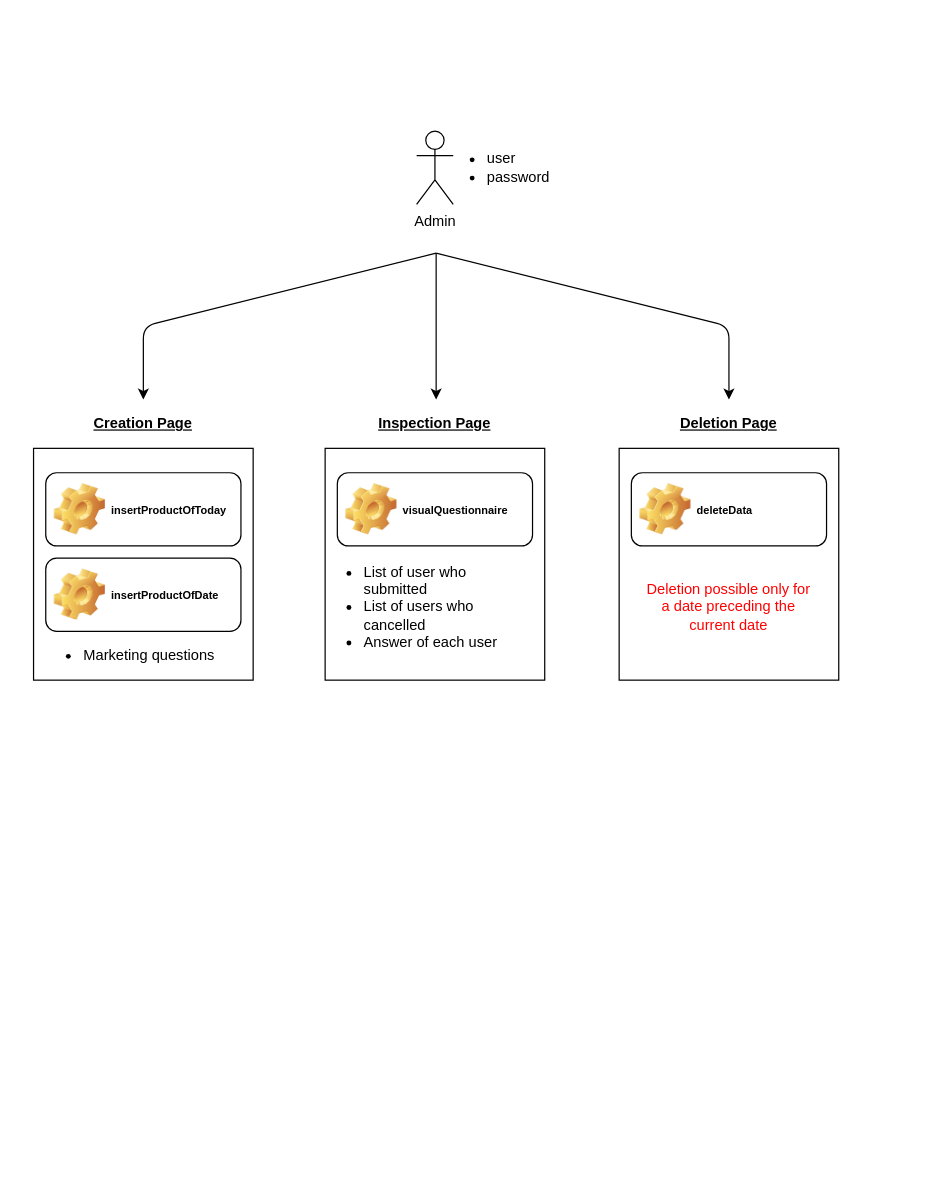
The draw.io diagram docs/graphs/drawio/Admin_design.drawio in giovanniciriello/GamifiedMarketing, before the edit. Source tidied: cells renumbered, new cells numbered last; positions are measured from the earlier drawing's top-left corner, leaving out a move shared by most shapes. Both pictures are drawn from the tidied source at 122%, with x=0, y=0 at pixel (21, 118).
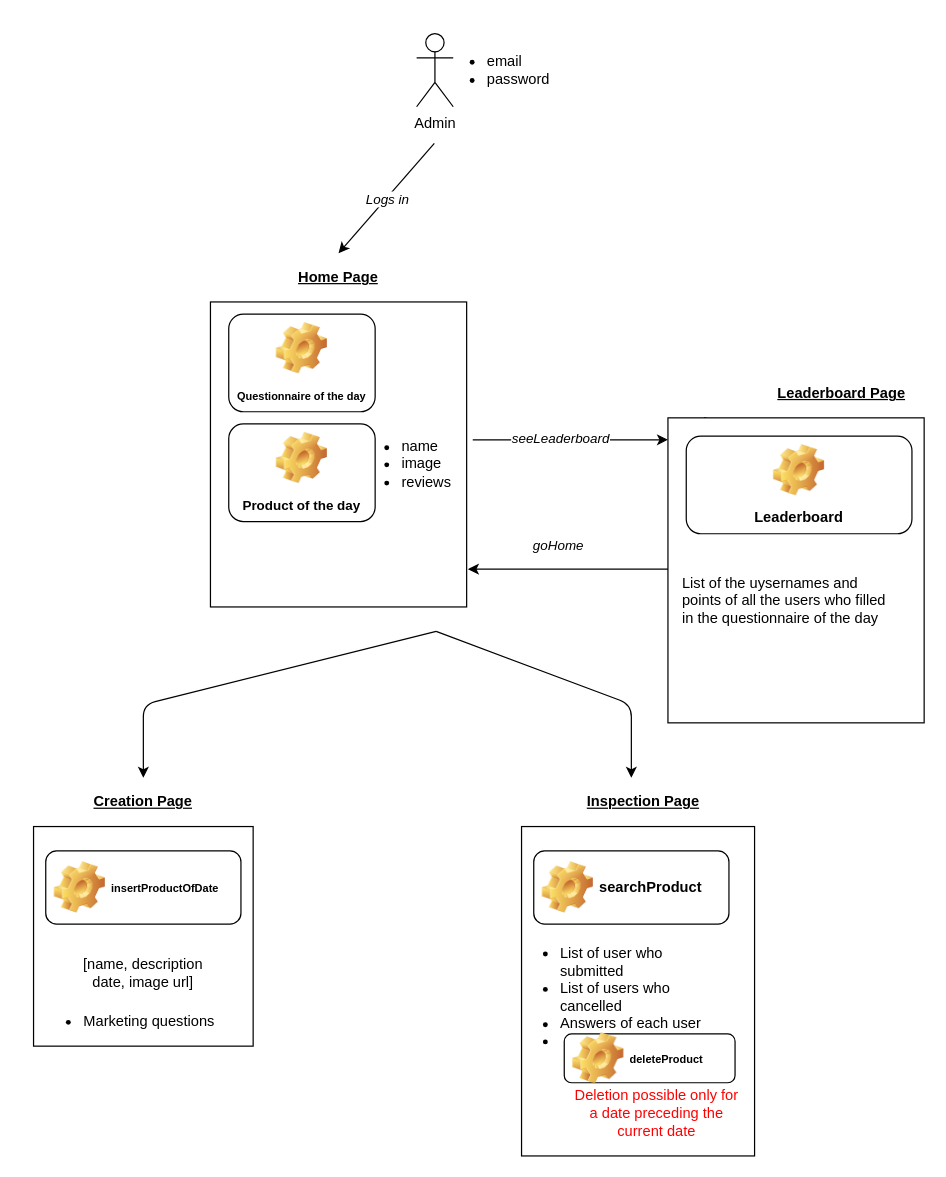
Above is the later version.

What changed in the source:
```diff
@@
     <mxCell id="2" value="Admin" style="shape=umlActor;verticalLabelPosition=bottom;verticalAlign=top;html=1;" parent="1" vertex="1">
-      <mxGeometry x="324" y="10" width="30" height="60" as="geometry" />
+      <mxGeometry x="324" y="-70" width="30" height="60" as="geometry" />
     </mxCell>
     <mxCell id="3" style="endArrow=classic;html=1;" parent="1" edge="1">
       <mxGeometry relative="1" as="geometry">
-        <mxPoint x="340" y="110" as="sourcePoint" />
-        <mxPoint x="100" y="230" as="targetPoint" />
+        <mxPoint x="340" y="420" as="sourcePoint" />
+        <mxPoint x="100" y="540" as="targetPoint" />
         <Array as="points">
-          <mxPoint x="100" y="170" />
+          <mxPoint x="100" y="480" />
         </Array>
       </mxGeometry>
     </mxCell>
-    <mxCell id="4" style="endArrow=classic;html=1;" parent="1" edge="1">
-      <mxGeometry relative="1" as="geometry">
-        <mxPoint x="340" y="110" as="sourcePoint" />
-        <mxPoint x="580" y="230" as="targetPoint" />
-        <Array as="points">
-          <mxPoint x="580" y="170" />
-        </Array>
-      </mxGeometry>
-    </mxCell>
     <mxCell id="5" style="endArrow=classic;html=1;" parent="1" edge="1">
       <mxGeometry relative="1" as="geometry">
-        <mxPoint x="340" y="110" as="sourcePoint" />
-        <mxPoint x="340" y="230" as="targetPoint" />
+        <mxPoint x="340" y="420" as="sourcePoint" />
+        <mxPoint x="500" y="540" as="targetPoint" />
+        <Array as="points">
+          <mxPoint x="500" y="480" />
+        </Array>
       </mxGeometry>
     </mxCell>
     <mxCell id="6" style="rounded=0;whiteSpace=wrap;html=1;" parent="1" vertex="1">
-      <mxGeometry x="10" y="270" width="180" height="190" as="geometry" />
+      <mxGeometry x="10" y="580" width="180" height="180" as="geometry" />
     </mxCell>
     <mxCell id="7" style="rounded=0;whiteSpace=wrap;html=1;" parent="1" vertex="1">
-      <mxGeometry x="249" y="270" width="180" height="190" as="geometry" />
+      <mxGeometry x="410" y="580" width="191" height="270" as="geometry" />
     </mxCell>
-    <mxCell id="8" style="rounded=0;whiteSpace=wrap;html=1;" parent="1" vertex="1">
-      <mxGeometry x="490" y="270" width="180" height="190" as="geometry" />
-    </mxCell>
     <mxCell id="9" value="&lt;b&gt;&lt;u&gt;Creation Page&lt;/u&gt;&lt;/b&gt;" style="text;html=1;strokeColor=none;fillColor=none;align=center;verticalAlign=middle;whiteSpace=wrap;rounded=0;" parent="1" vertex="1">
-      <mxGeometry x="55" y="240" width="90" height="20" as="geometry" />
+      <mxGeometry x="55" y="550" width="90" height="20" as="geometry" />
     </mxCell>
     <mxCell id="10" value="&lt;b&gt;&lt;u&gt;Inspection Page&lt;/u&gt;&lt;/b&gt;" style="text;html=1;strokeColor=none;fillColor=none;align=center;verticalAlign=middle;whiteSpace=wrap;rounded=0;" parent="1" vertex="1">
-      <mxGeometry x="289" y="240" width="100" height="20" as="geometry" />
+      <mxGeometry x="460" y="550" width="100" height="20" as="geometry" />
     </mxCell>
-    <mxCell id="11" value="&lt;b&gt;&lt;u&gt;Deletion Page&lt;/u&gt;&lt;/b&gt;" style="text;html=1;strokeColor=none;fillColor=none;align=center;verticalAlign=middle;whiteSpace=wrap;rounded=0;" parent="1" vertex="1">
-      <mxGeometry x="530" y="240" width="100" height="20" as="geometry" />
-    </mxCell>
-    <mxCell id="12" value="&lt;font style=&quot;font-size: 9px&quot;&gt;insertProductOfToday&lt;/font&gt;" style="label;whiteSpace=wrap;html=1;image=img/clipart/Gear_128x128.png;" parent="1" vertex="1">
-      <mxGeometry x="20" y="290" width="160" height="60" as="geometry" />
-    </mxCell>
     <mxCell id="13" value="&lt;font style=&quot;font-size: 9px&quot;&gt;insertProductOfDate&lt;/font&gt;" style="label;whiteSpace=wrap;html=1;image=img/clipart/Gear_128x128.png;" parent="1" vertex="1">
-      <mxGeometry x="20" y="360" width="160" height="60" as="geometry" />
+      <mxGeometry x="20" y="600" width="160" height="60" as="geometry" />
     </mxCell>
@@
     <mxCell id="15" value="&lt;ul&gt;&lt;li&gt;Marketing questions&lt;/li&gt;&lt;/ul&gt;" style="text;html=1;strokeColor=none;fillColor=none;align=center;verticalAlign=middle;whiteSpace=wrap;rounded=0;" parent="1" vertex="1">
-      <mxGeometry y="430" width="170" height="20" as="geometry" />
+      <mxGeometry y="730" width="170" height="20" as="geometry" />
     </mxCell>
-    <mxCell id="16" value="&lt;font style=&quot;font-size: 9px&quot;&gt;visualQuestionnaire&lt;/font&gt;" style="label;whiteSpace=wrap;html=1;image=img/clipart/Gear_128x128.png;" parent="1" vertex="1">
-      <mxGeometry x="259" y="290" width="160" height="60" as="geometry" />
+    <mxCell id="16" value="searchProduct" style="label;whiteSpace=wrap;html=1;image=img/clipart/Gear_128x128.png;" parent="1" vertex="1">
+      <mxGeometry x="420" y="600" width="160" height="60" as="geometry" />
     </mxCell>
-    <mxCell id="17" value="&lt;ul&gt;&lt;li&gt;List of user who submitted&lt;/li&gt;&lt;li&gt;List of users who cancelled&lt;/li&gt;&lt;li&gt;Answer of each user&lt;/li&gt;&lt;/ul&gt;" style="text;html=1;strokeColor=none;fillColor=none;align=left;verticalAlign=middle;whiteSpace=wrap;rounded=0;" parent="1" vertex="1">
-      <mxGeometry x="239" y="390" width="180" height="20" as="geometry" />
+    <mxCell id="17" value="&lt;ul&gt;&lt;li&gt;List of user who submitted&lt;/li&gt;&lt;li&gt;List of users who cancelled&lt;/li&gt;&lt;li&gt;Answers of each user&lt;/li&gt;&lt;li&gt;&lt;br&gt;&lt;/li&gt;&lt;/ul&gt;" style="text;html=1;strokeColor=none;fillColor=none;align=left;verticalAlign=middle;whiteSpace=wrap;rounded=0;" parent="1" vertex="1">
+      <mxGeometry x="400" y="710" width="180" height="20" as="geometry" />
     </mxCell>
-    <mxCell id="18" value="&lt;font style=&quot;font-size: 9px&quot;&gt;deleteData&lt;/font&gt;" style="label;whiteSpace=wrap;html=1;image=img/clipart/Gear_128x128.png;" parent="1" vertex="1">
-      <mxGeometry x="500" y="290" width="160" height="60" as="geometry" />
+    <mxCell id="18" value="&lt;font style=&quot;font-size: 9px&quot;&gt;deleteProduct&lt;/font&gt;" style="label;whiteSpace=wrap;html=1;image=img/clipart/Gear_128x128.png;" parent="1" vertex="1">
+      <mxGeometry x="445" y="750" width="140" height="40" as="geometry" />
     </mxCell>
     <mxCell id="19" value="&lt;div&gt;&lt;span style=&quot;color: rgb(255 , 0 , 0)&quot;&gt;Deletion possible only for a date preceding the current date&lt;/span&gt;&lt;/div&gt;" style="text;html=1;strokeColor=none;fillColor=none;align=center;verticalAlign=middle;whiteSpace=wrap;rounded=0;" parent="1" vertex="1">
-      <mxGeometry x="510" y="390" width="140" height="20" as="geometry" />
+      <mxGeometry x="451" y="805" width="140" height="20" as="geometry" />
     </mxCell>
-    <mxCell id="20" value="&lt;ul&gt;&lt;li&gt;user&lt;/li&gt;&lt;li&gt;password&lt;/li&gt;&lt;/ul&gt;" style="text;strokeColor=none;fillColor=none;html=1;whiteSpace=wrap;verticalAlign=middle;overflow=hidden;" parent="1" vertex="1">
-      <mxGeometry x="340" width="100" height="80" as="geometry" />
+    <mxCell id="20" value="&lt;ul&gt;&lt;li&gt;email&lt;/li&gt;&lt;li&gt;password&lt;/li&gt;&lt;/ul&gt;" style="text;strokeColor=none;fillColor=none;html=1;whiteSpace=wrap;verticalAlign=middle;overflow=hidden;" parent="1" vertex="1">
+      <mxGeometry x="340" y="-80" width="100" height="80" as="geometry" />
     </mxCell>
+    <mxCell id="21" value="[name, description date, image url]" style="text;html=1;strokeColor=none;fillColor=none;align=center;verticalAlign=middle;whiteSpace=wrap;rounded=0;" parent="1" vertex="1">
+      <mxGeometry x="45" y="690" width="110" height="20" as="geometry" />
+    </mxCell>
+    <mxCell id="22" style="edgeStyle=orthogonalEdgeStyle;rounded=0;orthogonalLoop=1;jettySize=auto;html=1;exitX=0.5;exitY=1;exitDx=0;exitDy=0;" parent="1" edge="1" source="6" target="6">
+      <mxGeometry relative="1" as="geometry" />
+    </mxCell>
+    <mxCell id="23" style="endArrow=classic;html=1;" parent="1" edge="1">
+      <mxGeometry relative="1" as="geometry">
+        <mxPoint x="338.5" y="20" as="sourcePoint" />
+        <mxPoint x="260" y="110" as="targetPoint" />
+      </mxGeometry>
+    </mxCell>
+    <mxCell id="24" value="&lt;i&gt;Logs in&lt;/i&gt;" style="edgeLabel;html=1;align=center;verticalAlign=middle;" parent="23" vertex="1">
+      <mxGeometry relative="1" as="geometry" />
+    </mxCell>
+    <mxCell id="25" style="rounded=0;whiteSpace=wrap;html=1;" parent="1" vertex="1">
+      <mxGeometry x="155" y="150" width="210" height="250" as="geometry" />
+    </mxCell>
+    <mxCell id="26" value="&lt;u&gt;&lt;b&gt;Home Page&lt;/b&gt;&lt;/u&gt;" style="text;html=1;strokeColor=none;fillColor=none;align=center;verticalAlign=middle;whiteSpace=wrap;rounded=0;" parent="1" vertex="1">
+      <mxGeometry x="215" y="120" width="90" height="20" as="geometry" />
+    </mxCell>
+    <mxCell id="27" value="&lt;b&gt;&lt;font style=&quot;font-size: 9px&quot;&gt;Questionnaire of the day&lt;br&gt;&lt;/font&gt;&lt;/b&gt;" style="label;whiteSpace=wrap;html=1;align=center;verticalAlign=bottom;spacingLeft=0;spacingBottom=4;imageAlign=center;imageVerticalAlign=top;image=img/clipart/Gear_128x128.png;" parent="1" vertex="1">
+      <mxGeometry x="170" y="160" width="120" height="80" as="geometry" />
+    </mxCell>
+    <mxCell id="28" value="&lt;font style=&quot;font-size: 11px&quot;&gt;Product of the day&lt;br&gt;&lt;/font&gt;" style="label;whiteSpace=wrap;html=1;align=center;verticalAlign=bottom;spacingLeft=0;spacingBottom=4;imageAlign=center;imageVerticalAlign=top;image=img/clipart/Gear_128x128.png;" parent="1" vertex="1">
+      <mxGeometry x="170" y="250" width="120" height="80" as="geometry" />
+    </mxCell>
+    <mxCell id="29" value="&lt;ul&gt;&lt;li&gt;name&lt;/li&gt;&lt;li&gt;image&lt;/li&gt;&lt;li&gt;reviews&lt;br&gt;&lt;/li&gt;&lt;/ul&gt;" style="text;strokeColor=none;fillColor=none;html=1;whiteSpace=wrap;verticalAlign=middle;overflow=hidden;" parent="1" vertex="1">
+      <mxGeometry x="270" y="243" width="100" height="80" as="geometry" />
+    </mxCell>
+    <mxCell id="30" style="edgeStyle=orthogonalEdgeStyle;rounded=0;jettySize=auto;html=1;exitX=1;exitY=0.25;exitDx=0;exitDy=0;" parent="1" edge="1" source="29" target="33">
+      <mxGeometry relative="1" as="geometry">
+        <Array as="points">
+          <mxPoint x="600" y="263" />
+        </Array>
+      </mxGeometry>
+    </mxCell>
+    <mxCell id="31" value="&lt;i&gt;seeLeaderboard&lt;/i&gt;" style="edgeLabel;html=1;align=center;verticalAlign=middle;" parent="30" vertex="1">
+      <mxGeometry x="-0.11" y="2" relative="1" as="geometry" />
+    </mxCell>
+    <mxCell id="32" value="&lt;i&gt;goHome&lt;/i&gt;" style="edgeStyle=orthogonalEdgeStyle;rounded=0;jettySize=auto;html=1;exitX=0;exitY=0.5;exitDx=0;exitDy=0;entryX=1.005;entryY=0.876;entryDx=0;entryDy=0;entryPerimeter=0;" parent="1" edge="1" source="33" target="25">
+      <mxGeometry x="0.69" y="-19" relative="1" as="geometry">
+        <Array as="points">
+          <mxPoint x="561" y="370" />
+          <mxPoint x="561" y="245" />
+          <mxPoint x="560" y="245" />
+          <mxPoint x="560" y="369" />
+        </Array>
+      </mxGeometry>
+    </mxCell>
+    <mxCell id="33" style="rounded=0;whiteSpace=wrap;html=1;" parent="1" vertex="1">
+      <mxGeometry x="530" y="245" width="210" height="250" as="geometry" />
+    </mxCell>
+    <mxCell id="34" value="&lt;b&gt;&lt;u&gt;Leaderboard Page&lt;br&gt;&lt;/u&gt;&lt;/b&gt;" style="text;html=1;strokeColor=none;fillColor=none;align=center;verticalAlign=middle;whiteSpace=wrap;rounded=0;" parent="1" vertex="1">
+      <mxGeometry x="615" y="215" width="115" height="20" as="geometry" />
+    </mxCell>
+    <mxCell id="35" value="Leaderboard" style="label;whiteSpace=wrap;html=1;align=center;verticalAlign=bottom;spacingLeft=0;spacingBottom=4;imageAlign=center;imageVerticalAlign=top;image=img/clipart/Gear_128x128.png;" parent="1" vertex="1">
+      <mxGeometry x="545" y="260" width="185" height="80" as="geometry" />
+    </mxCell>
+    <mxCell id="36" value="&lt;div align=&quot;left&quot;&gt;List of the uysernames and points of all the users who filled in the questionnaire of the day&lt;/div&gt;" style="text;html=1;strokeColor=none;fillColor=none;align=left;verticalAlign=middle;whiteSpace=wrap;rounded=0;" parent="1" vertex="1">
+      <mxGeometry x="540" y="385" width="180" height="20" as="geometry" />
+    </mxCell>
```
